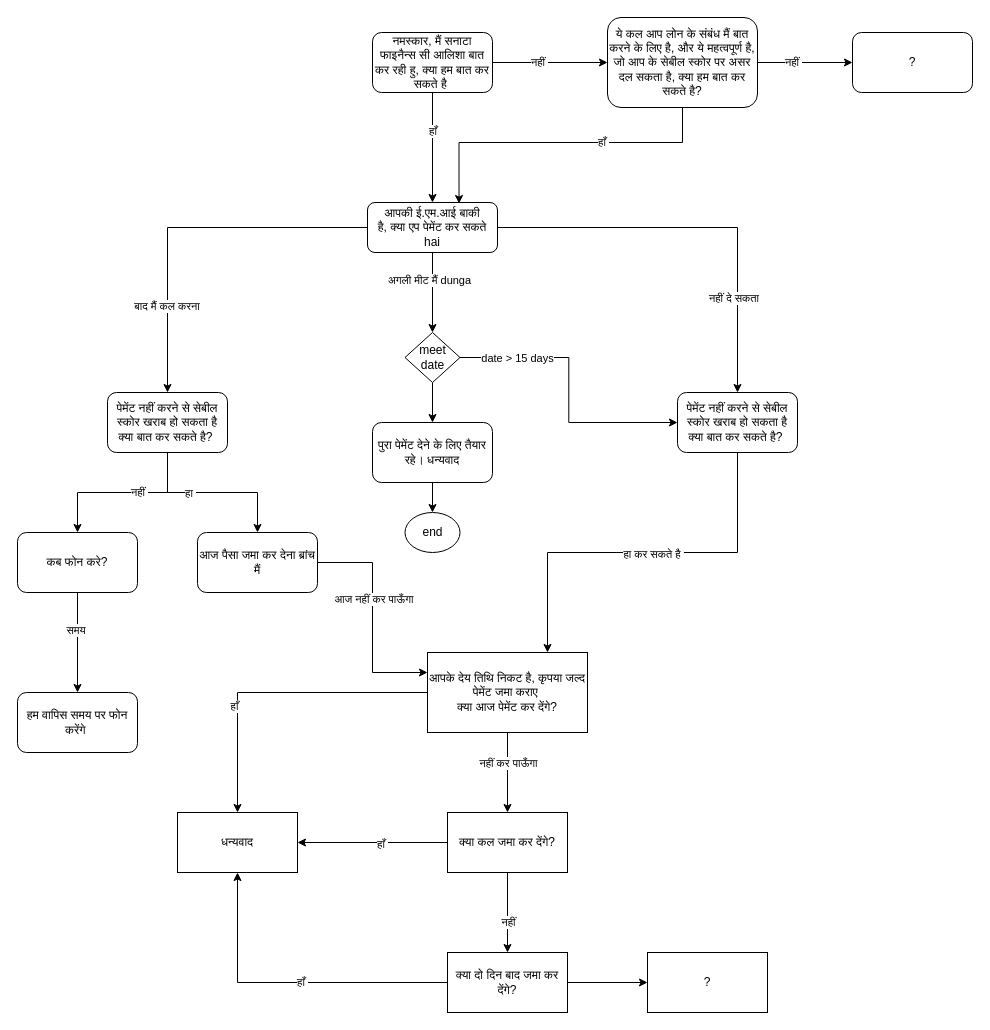
Before: drawings/Bot Conversation Flow V1.drawio in PraveenChordia/draw.io, a draw.io diagram. Source tidied: cells renumbered, new cells numbered last; positions are measured from the earlier drawing's top-left corner, leaving out a move shared by most shapes. Both pictures are drawn from the tidied source at 100%, with x=0, y=0 at pixel (17, 17).
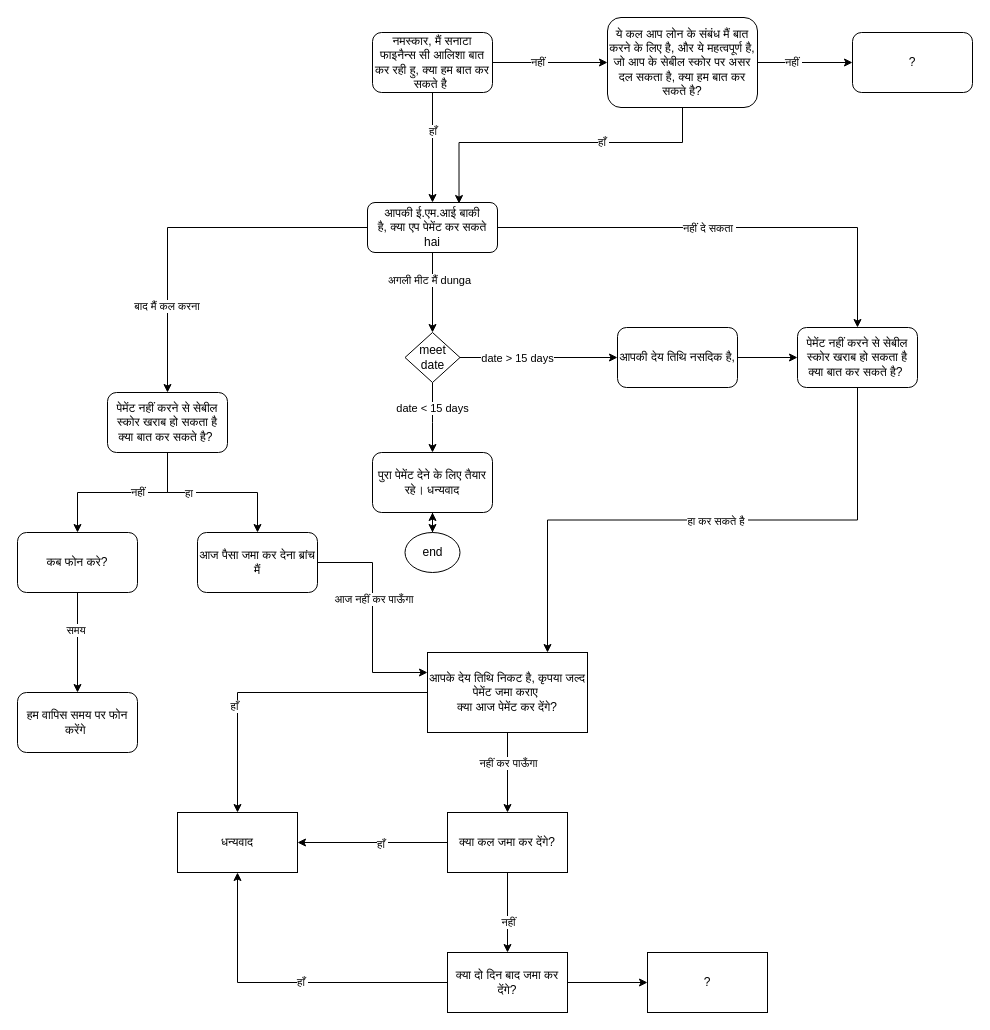
Above is the later version.

Unchanged cells that the change refers to:
```xml
<mxCell id="5" style="edgeStyle=orthogonalEdgeStyle;rounded=0;jettySize=auto;html=1;" parent="1" edge="1" source="7" target="17">
  <mxGeometry relative="1" as="geometry" />
</mxCell>
<mxCell id="44" value="meet&lt;br&gt;date" style="rhombus;whiteSpace=wrap;html=1;" parent="1" vertex="1">
  <mxGeometry x="387.5" y="315" width="55" height="50" as="geometry" />
</mxCell>
```

Diff of the diagram source:
```diff
@@
     <mxCell id="4" style="edgeStyle=orthogonalEdgeStyle;rounded=0;jettySize=auto;html=1;" parent="1" edge="1" source="44" target="14">
-      <mxGeometry relative="1" as="geometry" />
+      <mxGeometry relative="1" as="geometry">
+        <Array as="points">
+          <mxPoint x="415" y="405" />
+          <mxPoint x="415" y="405" />
+        </Array>
+      </mxGeometry>
     </mxCell>
+    <mxCell id="58" value="date &amp;lt; 15 days" style="edgeLabel;html=1;align=center;verticalAlign=middle;" parent="4" vertex="1">
+      <mxGeometry x="-0.3" y="-1" relative="1" as="geometry" />
+    </mxCell>
@@
     <mxCell id="6" value="नहीं दे सकता&amp;nbsp;" style="edgeLabel;html=1;align=center;verticalAlign=middle;" parent="5" vertex="1">
-      <mxGeometry x="0.53" y="-3" relative="1" as="geometry" />
+      <mxGeometry x="0.53" y="-3" relative="1" as="geometry">
+        <mxPoint x="-141" y="-3" as="offset" />
+      </mxGeometry>
     </mxCell>
@@
     <mxCell id="14" value="पुरा पेमेंट देने के लिए तैयार रहे। धन्यवाद" style="whiteSpace=wrap;html=1;rounded=1;" parent="1" vertex="1">
-      <mxGeometry x="355" y="405" width="120" height="60" as="geometry" />
+      <mxGeometry x="355" y="435" width="120" height="60" as="geometry" />
     </mxCell>
@@
     <mxCell id="17" value="&lt;span style=&quot;font-family: Helvetica; font-size: 12px; font-style: normal; font-variant-ligatures: normal; font-variant-caps: normal; font-weight: 400; letter-spacing: normal; orphans: 2; text-align: center; text-indent: 0px; text-transform: none; widows: 2; word-spacing: 0px; -webkit-text-stroke-width: 0px; text-decoration-thickness: initial; text-decoration-style: initial; text-decoration-color: initial; float: none; display: inline !important;&quot;&gt;पेमेंट नहीं करने से सेबील स्कोर खराब हो सकता है&lt;/span&gt;&lt;br style=&quot;border-color: var(--border-color); font-family: Helvetica; font-size: 12px; font-style: normal; font-variant-ligatures: normal; font-variant-caps: normal; font-weight: 400; letter-spacing: normal; orphans: 2; text-align: center; text-indent: 0px; text-transform: none; widows: 2; word-spacing: 0px; -webkit-text-stroke-width: 0px; text-decoration-thickness: initial; text-decoration-style: initial; text-decoration-color: initial;&quot;&gt;&lt;span style=&quot;font-family: Helvetica; font-size: 12px; font-style: normal; font-variant-ligatures: normal; font-variant-caps: normal; font-weight: 400; letter-spacing: normal; orphans: 2; text-align: center; text-indent: 0px; text-transform: none; widows: 2; word-spacing: 0px; -webkit-text-stroke-width: 0px; text-decoration-thickness: initial; text-decoration-style: initial; text-decoration-color: initial; float: none; display: inline !important;&quot;&gt;क्या बात कर सकते है?&amp;nbsp;&lt;/span&gt;" style="whiteSpace=wrap;html=1;rounded=1;labelBackgroundColor=none;fontColor=default;" parent="1" vertex="1">
-      <mxGeometry x="660" y="375" width="120" height="60" as="geometry" />
+      <mxGeometry x="780" y="310" width="120" height="60" as="geometry" />
     </mxCell>
@@
+    <mxCell id="59" style="edgeStyle=orthogonalEdgeStyle;rounded=0;jettySize=auto;html=1;" parent="1" edge="1" source="35" target="14">
+      <mxGeometry relative="1" as="geometry" />
+    </mxCell>
     <mxCell id="35" value="end" style="ellipse;whiteSpace=wrap;html=1;rounded=1;" parent="1" vertex="1">
-      <mxGeometry x="387.5" y="495" width="55" height="40" as="geometry" />
+      <mxGeometry x="387.5" y="515" width="55" height="40" as="geometry" />
     </mxCell>
@@
-    <mxCell id="42" style="edgeStyle=orthogonalEdgeStyle;rounded=0;jettySize=auto;html=1;entryX=0;entryY=0.5;entryDx=0;entryDy=0;" parent="1" edge="1" source="44" target="17">
+    <mxCell id="42" style="edgeStyle=orthogonalEdgeStyle;rounded=0;jettySize=auto;html=1;entryX=0;entryY=0.5;entryDx=0;entryDy=0;" parent="1" edge="1" source="61" target="17">
       <mxGeometry relative="1" as="geometry" />
     </mxCell>
-    <mxCell id="43" value="date &amp;gt; 15 days" style="edgeLabel;html=1;align=center;verticalAlign=middle;" parent="42" vertex="1">
-      <mxGeometry x="-0.34" y="3" relative="1" as="geometry">
-        <mxPoint x="-36" y="3" as="offset" />
-      </mxGeometry>
-    </mxCell>
@@
+    <mxCell id="60" style="edgeStyle=orthogonalEdgeStyle;rounded=0;jettySize=auto;html=1;entryX=0;entryY=0.5;entryDx=0;entryDy=0;" parent="1" edge="1" source="44" target="61">
+      <mxGeometry relative="1" as="geometry" />
+    </mxCell>
+    <mxCell id="43" value="date &amp;gt; 15 days" style="edgeLabel;html=1;align=center;verticalAlign=middle;" parent="60" vertex="1">
+      <mxGeometry x="-0.34" y="3" relative="1" as="geometry">
+        <mxPoint x="5" y="3" as="offset" />
+      </mxGeometry>
+    </mxCell>
+    <mxCell id="61" value="आपकी देय तिथि नसदिक है," style="rounded=1;whiteSpace=wrap;html=1;" parent="1" vertex="1">
+      <mxGeometry x="600" y="310" width="120" height="60" as="geometry" />
+    </mxCell>
```
